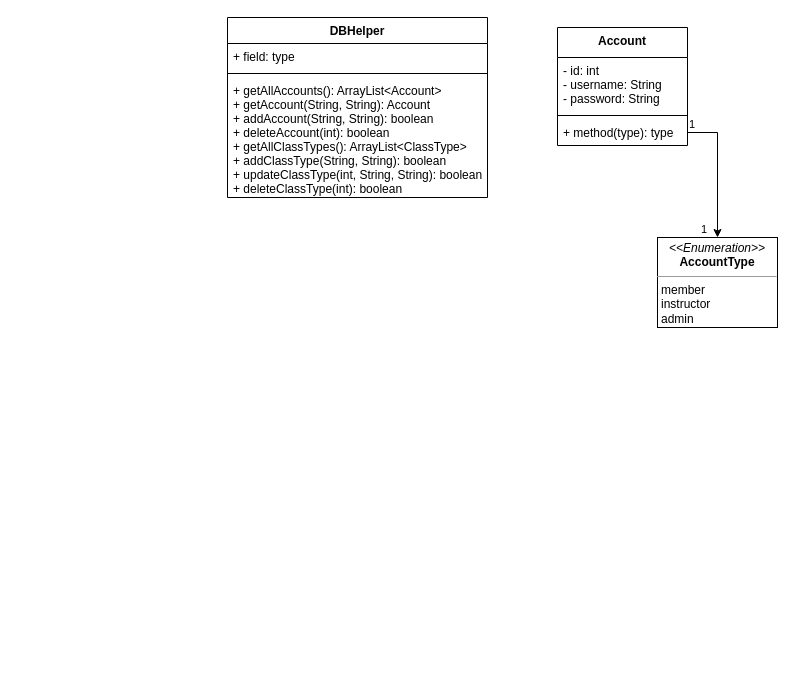
The draw.io diagram Documents/UML Class Diagram.drawio in AmyLDunn/Fitness_Center, before the edit. Source tidied: cells renumbered, new cells numbered last; positions are measured from the earlier drawing's top-left corner, leaving out a move shared by most shapes. Both pictures are drawn from the tidied source at 100%, with x=0, y=0 at pixel (227, 17).
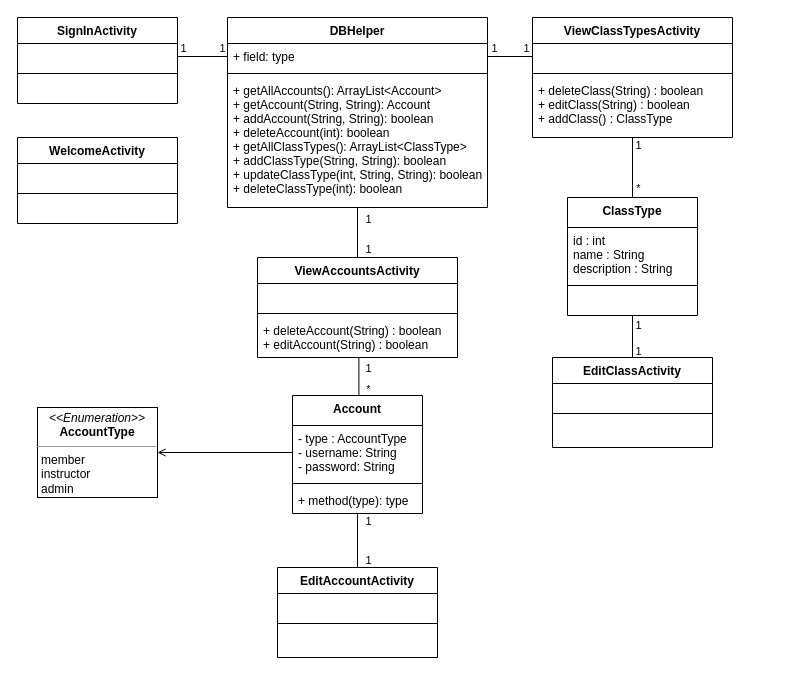
The same page after the edit.

Commit message:
Copied everything over from umple

Unchanged cells that the change refers to:
```xml
<mxCell id="3" value="+ field: type" style="text;strokeColor=none;fillColor=none;align=left;verticalAlign=top;spacingLeft=4;spacingRight=4;overflow=hidden;points=[[0,0.5],[1,0.5]];portConstraint=eastwest;" parent="2" vertex="1">
  <mxGeometry y="26" width="260" height="26" as="geometry" />
</mxCell>
<mxCell id="9" value="+ method(type): type" style="text;strokeColor=none;fillColor=none;align=left;verticalAlign=top;spacingLeft=4;spacingRight=4;overflow=hidden;points=[[0,0.5],[1,0.5]];portConstraint=eastwest;" parent="6" vertex="1">
  <mxGeometry y="92" width="130" height="26" as="geometry" />
</mxCell>
```

The edit, as a diff of the source:
```diff
@@
     <mxCell id="2" value="DBHelper" style="swimlane;fontStyle=1;align=center;verticalAlign=top;horizontal=1;startSize=26;" parent="1" vertex="1">
-      <mxGeometry width="260" height="180" as="geometry" />
+      <mxGeometry width="260" height="190" as="geometry" />
     </mxCell>
@@
     <mxCell id="5" value="+ getAllAccounts(): ArrayList&lt;Account&gt;&#10;+ getAccount(String, String): Account&#10;+ addAccount(String, String): boolean&#10;+ deleteAccount(int): boolean&#10;+ getAllClassTypes(): ArrayList&lt;ClassType&gt;&#10;+ addClassType(String, String): boolean&#10;+ updateClassType(int, String, String): boolean&#10;+ deleteClassType(int): boolean" style="text;strokeColor=none;fillColor=none;align=left;verticalAlign=top;spacingLeft=4;spacingRight=4;overflow=hidden;" parent="2" vertex="1">
-      <mxGeometry y="60" width="260" height="120" as="geometry" />
+      <mxGeometry y="60" width="260" height="130" as="geometry" />
     </mxCell>
+    <mxCell id="14" style="edgeStyle=orthogonalEdgeStyle;rounded=0;jettySize=auto;html=1;exitX=0.5;exitY=0;exitDx=0;exitDy=0;entryX=0.507;entryY=0.995;entryDx=0;entryDy=0;entryPerimeter=0;endArrow=none;endFill=0;" parent="1" edge="1" source="6" target="34">
+      <mxGeometry relative="1" as="geometry" />
+    </mxCell>
+    <mxCell id="15" value="1" style="edgeLabel;html=1;align=center;verticalAlign=middle;" parent="14" vertex="1">
+      <mxGeometry x="0.82" relative="1" as="geometry">
+        <mxPoint x="9" y="7" as="offset" />
+      </mxGeometry>
+    </mxCell>
+    <mxCell id="16" value="*" style="edgeLabel;html=1;align=center;verticalAlign=middle;" parent="14" vertex="1">
+      <mxGeometry x="-0.62" relative="1" as="geometry">
+        <mxPoint x="9" as="offset" />
+      </mxGeometry>
+    </mxCell>
+    <mxCell id="17" style="edgeStyle=orthogonalEdgeStyle;rounded=0;jettySize=auto;html=1;exitX=0.5;exitY=1;exitDx=0;exitDy=0;entryX=0.5;entryY=0;entryDx=0;entryDy=0;endArrow=none;endFill=0;" parent="1" edge="1" source="6" target="53">
+      <mxGeometry relative="1" as="geometry" />
+    </mxCell>
+    <mxCell id="18" value="1" style="edgeLabel;html=1;align=center;verticalAlign=middle;" parent="17" vertex="1">
+      <mxGeometry x="-0.75" y="-1" relative="1" as="geometry">
+        <mxPoint x="11" as="offset" />
+      </mxGeometry>
+    </mxCell>
+    <mxCell id="19" value="1" style="edgeLabel;html=1;align=center;verticalAlign=middle;" parent="17" vertex="1">
+      <mxGeometry x="0.72" relative="1" as="geometry">
+        <mxPoint x="10" as="offset" />
+      </mxGeometry>
+    </mxCell>
     <mxCell id="6" value="Account" style="swimlane;fontStyle=1;align=center;verticalAlign=top;horizontal=1;startSize=30;" parent="1" vertex="1">
-      <mxGeometry x="330" y="10" width="130" height="118" as="geometry" />
+      <mxGeometry x="65" y="378" width="130" height="118" as="geometry" />
     </mxCell>
-    <mxCell id="7" value="- id: int&#10;- username: String&#10;- password: String" style="text;strokeColor=none;fillColor=none;align=left;verticalAlign=top;spacingLeft=4;spacingRight=4;overflow=hidden;points=[[0,0.5],[1,0.5]];portConstraint=eastwest;" parent="6" vertex="1">
+    <mxCell id="7" value="- type : AccountType&#10;- username: String&#10;- password: String" style="text;strokeColor=none;fillColor=none;align=left;verticalAlign=top;spacingLeft=4;spacingRight=4;overflow=hidden;points=[[0,0.5],[1,0.5]];portConstraint=eastwest;" parent="6" vertex="1">
       <mxGeometry y="30" width="130" height="54" as="geometry" />
     </mxCell>
@@
     <mxCell id="10" value="&lt;p style=&quot;margin: 0px ; margin-top: 4px ; text-align: center&quot;&gt;&lt;i&gt;&amp;lt;&amp;lt;Enumeration&amp;gt;&amp;gt;&lt;/i&gt;&lt;br&gt;&lt;b&gt;AccountType&lt;/b&gt;&lt;/p&gt;&lt;hr size=&quot;1&quot;&gt;&lt;p style=&quot;margin: 0px ; margin-left: 4px&quot;&gt;member&lt;/p&gt;&lt;p style=&quot;margin: 0px ; margin-left: 4px&quot;&gt;instructor&lt;/p&gt;&lt;p style=&quot;margin: 0px ; margin-left: 4px&quot;&gt;admin&lt;/p&gt;" style="verticalAlign=top;align=left;overflow=fill;fontSize=12;fontFamily=Helvetica;html=1;" parent="1" vertex="1">
-      <mxGeometry x="430" y="220" width="120" height="90" as="geometry" />
+      <mxGeometry x="-190" y="390" width="120" height="90" as="geometry" />
     </mxCell>
-    <mxCell id="11" style="endArrow=classic;html=1;edgeStyle=orthogonalEdgeStyle;rounded=0;entryX=0.5;entryY=0;entryDx=0;entryDy=0;exitX=1;exitY=0.5;exitDx=0;exitDy=0;endFill=1;" parent="1" edge="1" source="9" target="10">
+    <mxCell id="11" style="endArrow=open;html=1;edgeStyle=orthogonalEdgeStyle;rounded=0;entryX=1;entryY=0.5;entryDx=0;entryDy=0;exitX=0;exitY=0.5;exitDx=0;exitDy=0;endFill=0;" parent="1" edge="1" source="7" target="10">
       <mxGeometry relative="1" as="geometry" />
     </mxCell>
-    <mxCell id="12" value="1" style="edgeLabel;html=1;align=left;verticalAlign=bottom;" parent="11" vertex="1">
-      <mxGeometry x="-1" relative="1" as="geometry" />
-    </mxCell>
-    <mxCell id="13" value="1" style="edgeLabel;html=1;align=right;verticalAlign=bottom;" parent="11" vertex="1">
-      <mxGeometry x="1" relative="1" as="geometry">
-        <mxPoint x="-10" as="offset" />
-      </mxGeometry>
-    </mxCell>
+    <mxCell id="20" value="SignInActivity" style="swimlane;fontStyle=1;align=center;verticalAlign=top;horizontal=1;startSize=26;" parent="1" vertex="1">
+      <mxGeometry x="-210" width="160" height="86" as="geometry" />
+    </mxCell>
+    <mxCell id="21" value=" " style="text;strokeColor=none;fillColor=none;align=left;verticalAlign=top;spacingLeft=4;spacingRight=4;overflow=hidden;points=[[0,0.5],[1,0.5]];portConstraint=eastwest;" parent="20" vertex="1">
+      <mxGeometry y="26" width="160" height="26" as="geometry" />
+    </mxCell>
+    <mxCell id="22" style="line;strokeWidth=1;fillColor=none;align=left;verticalAlign=middle;spacingTop=-1;spacingLeft=3;spacingRight=3;labelPosition=right;" parent="20" vertex="1">
+      <mxGeometry y="52" width="160" height="8" as="geometry" />
+    </mxCell>
+    <mxCell id="23" value=" " style="text;strokeColor=none;fillColor=none;align=left;verticalAlign=top;spacingLeft=4;spacingRight=4;overflow=hidden;" parent="20" vertex="1">
+      <mxGeometry y="60" width="160" height="26" as="geometry" />
+    </mxCell>
+    <mxCell id="24" value="WelcomeActivity" style="swimlane;fontStyle=1;align=center;verticalAlign=top;horizontal=1;startSize=26;" parent="1" vertex="1">
+      <mxGeometry x="-210" y="120" width="160" height="86" as="geometry" />
+    </mxCell>
+    <mxCell id="25" value=" " style="text;strokeColor=none;fillColor=none;align=left;verticalAlign=top;spacingLeft=4;spacingRight=4;overflow=hidden;" parent="24" vertex="1">
+      <mxGeometry y="26" width="160" height="26" as="geometry" />
+    </mxCell>
+    <mxCell id="26" style="line;strokeWidth=1;fillColor=none;align=left;verticalAlign=middle;spacingTop=-1;spacingLeft=3;spacingRight=3;labelPosition=right;" parent="24" vertex="1">
+      <mxGeometry y="52" width="160" height="8" as="geometry" />
+    </mxCell>
+    <mxCell id="27" value=" " style="text;strokeColor=none;fillColor=none;align=left;verticalAlign=top;spacingLeft=4;spacingRight=4;overflow=hidden;" parent="24" vertex="1">
+      <mxGeometry y="60" width="160" height="26" as="geometry" />
+    </mxCell>
+    <mxCell id="28" style="edgeStyle=orthogonalEdgeStyle;rounded=0;jettySize=auto;html=1;exitX=0.5;exitY=0;exitDx=0;exitDy=0;endArrow=none;endFill=0;" parent="1" edge="1" source="31">
+      <mxGeometry relative="1" as="geometry">
+        <mxPoint x="130" y="190" as="targetPoint" />
+      </mxGeometry>
+    </mxCell>
+    <mxCell id="29" value="1" style="edgeLabel;html=1;align=center;verticalAlign=middle;" parent="28" vertex="1">
+      <mxGeometry x="0.73" relative="1" as="geometry">
+        <mxPoint x="10" y="5" as="offset" />
+      </mxGeometry>
+    </mxCell>
+    <mxCell id="30" value="1" style="edgeLabel;html=1;align=center;verticalAlign=middle;" parent="28" vertex="1">
+      <mxGeometry x="-0.64" relative="1" as="geometry">
+        <mxPoint x="10" as="offset" />
+      </mxGeometry>
+    </mxCell>
+    <mxCell id="31" value="ViewAccountsActivity" style="swimlane;fontStyle=1;align=center;verticalAlign=top;horizontal=1;startSize=26;" parent="1" vertex="1">
+      <mxGeometry x="30" y="240" width="200" height="100" as="geometry" />
+    </mxCell>
+    <mxCell id="32" value=" " style="text;strokeColor=none;fillColor=none;align=left;verticalAlign=top;spacingLeft=4;spacingRight=4;overflow=hidden;" parent="31" vertex="1">
+      <mxGeometry y="26" width="200" height="26" as="geometry" />
+    </mxCell>
+    <mxCell id="33" style="line;strokeWidth=1;fillColor=none;align=left;verticalAlign=middle;spacingTop=-1;spacingLeft=3;spacingRight=3;labelPosition=right;" parent="31" vertex="1">
+      <mxGeometry y="52" width="200" height="8" as="geometry" />
+    </mxCell>
+    <mxCell id="34" value="+ deleteAccount(String) : boolean &#10;+ editAccount(String) : boolean " style="text;strokeColor=none;fillColor=none;align=left;verticalAlign=top;spacingLeft=4;spacingRight=4;overflow=hidden;points=[[0,0.5],[1,0.5]];portConstraint=eastwest;spacingTop=0;spacingBottom=0;spacing=2;" parent="31" vertex="1">
+      <mxGeometry y="60" width="200" height="40" as="geometry" />
+    </mxCell>
+    <mxCell id="35" value="ViewClassTypesActivity" style="swimlane;fontStyle=1;align=center;verticalAlign=top;horizontal=1;startSize=26;" parent="1" vertex="1">
+      <mxGeometry x="305" width="200" height="120" as="geometry" />
+    </mxCell>
+    <mxCell id="36" value=" " style="text;strokeColor=none;fillColor=none;align=left;verticalAlign=top;spacingLeft=4;spacingRight=4;overflow=hidden;points=[[0,0.5],[1,0.5]];portConstraint=eastwest;" parent="35" vertex="1">
+      <mxGeometry y="26" width="200" height="26" as="geometry" />
+    </mxCell>
+    <mxCell id="37" style="line;strokeWidth=1;fillColor=none;align=left;verticalAlign=middle;spacingTop=-1;spacingLeft=3;spacingRight=3;labelPosition=right;" parent="35" vertex="1">
+      <mxGeometry y="52" width="200" height="8" as="geometry" />
+    </mxCell>
+    <mxCell id="38" value="+ deleteClass(String) : boolean  &#10;+ editClass(String) : boolean  &#10;+ addClass() : ClassType " style="text;strokeColor=none;fillColor=none;align=left;verticalAlign=top;spacingLeft=4;spacingRight=4;overflow=hidden;points=[[0,0.5],[1,0.5]];portConstraint=eastwest;spacingTop=0;spacingBottom=0;spacing=2;" parent="35" vertex="1">
+      <mxGeometry y="60" width="200" height="60" as="geometry" />
+    </mxCell>
+    <mxCell id="39" style="edgeStyle=orthogonalEdgeStyle;rounded=0;jettySize=auto;html=1;exitX=0.5;exitY=0;exitDx=0;exitDy=0;entryX=0.5;entryY=1.004;entryDx=0;entryDy=0;entryPerimeter=0;endArrow=none;endFill=0;" parent="1" edge="1" source="42" target="38">
+      <mxGeometry relative="1" as="geometry" />
+    </mxCell>
+    <mxCell id="40" value="1" style="edgeLabel;html=1;align=center;verticalAlign=middle;" parent="39" vertex="1">
+      <mxGeometry x="0.78" relative="1" as="geometry">
+        <mxPoint x="5" as="offset" />
+      </mxGeometry>
+    </mxCell>
+    <mxCell id="41" value="*" style="edgeLabel;html=1;align=center;verticalAlign=middle;" parent="39" vertex="1">
+      <mxGeometry x="-0.73" relative="1" as="geometry">
+        <mxPoint x="5" y="-2" as="offset" />
+      </mxGeometry>
+    </mxCell>
+    <mxCell id="42" value="ClassType" style="swimlane;fontStyle=1;align=center;verticalAlign=top;horizontal=1;startSize=30;" parent="1" vertex="1">
+      <mxGeometry x="340" y="180" width="130" height="118" as="geometry" />
+    </mxCell>
+    <mxCell id="43" value="id : int&#10;name : String&#10;description : String" style="text;strokeColor=none;fillColor=none;align=left;verticalAlign=top;spacingLeft=4;spacingRight=4;overflow=hidden;" parent="42" vertex="1">
+      <mxGeometry y="30" width="130" height="54" as="geometry" />
+    </mxCell>
+    <mxCell id="44" style="line;strokeWidth=1;fillColor=none;align=left;verticalAlign=middle;spacingTop=-1;spacingLeft=3;spacingRight=3;labelPosition=right;" parent="42" vertex="1">
+      <mxGeometry y="84" width="130" height="8" as="geometry" />
+    </mxCell>
+    <mxCell id="45" value=" " style="text;strokeColor=none;fillColor=none;align=left;verticalAlign=top;spacingLeft=4;spacingRight=4;overflow=hidden;" parent="42" vertex="1">
+      <mxGeometry y="92" width="130" height="26" as="geometry" />
+    </mxCell>
+    <mxCell id="46" style="edgeStyle=orthogonalEdgeStyle;rounded=0;jettySize=auto;html=1;exitX=0.5;exitY=0;exitDx=0;exitDy=0;entryX=0.5;entryY=1;entryDx=0;entryDy=0;endArrow=none;endFill=0;" parent="1" edge="1" source="49" target="42">
+      <mxGeometry relative="1" as="geometry" />
+    </mxCell>
+    <mxCell id="47" value="1" style="edgeLabel;html=1;align=center;verticalAlign=middle;" parent="46" vertex="1">
+      <mxGeometry x="0.78" relative="1" as="geometry">
+        <mxPoint x="5" y="4" as="offset" />
+      </mxGeometry>
+    </mxCell>
+    <mxCell id="48" value="1" style="edgeLabel;html=1;align=center;verticalAlign=middle;" parent="46" vertex="1">
+      <mxGeometry x="-0.81" relative="1" as="geometry">
+        <mxPoint x="5" y="-3" as="offset" />
+      </mxGeometry>
+    </mxCell>
+    <mxCell id="49" value="EditClassActivity" style="swimlane;fontStyle=1;align=center;verticalAlign=top;horizontal=1;startSize=26;" parent="1" vertex="1">
+      <mxGeometry x="325" y="340" width="160" height="90" as="geometry" />
+    </mxCell>
+    <mxCell id="50" value=" " style="text;strokeColor=none;fillColor=none;align=left;verticalAlign=top;spacingLeft=4;spacingRight=4;overflow=hidden;" parent="49" vertex="1">
+      <mxGeometry y="26" width="160" height="26" as="geometry" />
+    </mxCell>
+    <mxCell id="51" style="line;strokeWidth=1;fillColor=none;align=left;verticalAlign=middle;spacingTop=-1;spacingLeft=3;spacingRight=3;labelPosition=right;" parent="49" vertex="1">
+      <mxGeometry y="52" width="160" height="8" as="geometry" />
+    </mxCell>
+    <mxCell id="52" value=" " style="text;strokeColor=none;fillColor=none;align=left;verticalAlign=top;spacingLeft=4;spacingRight=4;overflow=hidden;spacingTop=0;spacingBottom=0;spacing=2;" parent="49" vertex="1">
+      <mxGeometry y="60" width="160" height="30" as="geometry" />
+    </mxCell>
+    <mxCell id="53" value="EditAccountActivity" style="swimlane;fontStyle=1;align=center;verticalAlign=top;horizontal=1;startSize=26;" parent="1" vertex="1">
+      <mxGeometry x="50" y="550" width="160" height="90" as="geometry" />
+    </mxCell>
+    <mxCell id="54" value=" " style="text;strokeColor=none;fillColor=none;align=left;verticalAlign=top;spacingLeft=4;spacingRight=4;overflow=hidden;" parent="53" vertex="1">
+      <mxGeometry y="26" width="160" height="26" as="geometry" />
+    </mxCell>
+    <mxCell id="55" style="line;strokeWidth=1;fillColor=none;align=left;verticalAlign=middle;spacingTop=-1;spacingLeft=3;spacingRight=3;labelPosition=right;" parent="53" vertex="1">
+      <mxGeometry y="52" width="160" height="8" as="geometry" />
+    </mxCell>
+    <mxCell id="56" value=" " style="text;strokeColor=none;fillColor=none;align=left;verticalAlign=top;spacingLeft=4;spacingRight=4;overflow=hidden;spacingTop=0;spacingBottom=0;spacing=2;" parent="53" vertex="1">
+      <mxGeometry y="60" width="160" height="30" as="geometry" />
+    </mxCell>
+    <mxCell id="57" style="edgeStyle=orthogonalEdgeStyle;rounded=0;jettySize=auto;html=1;entryX=1;entryY=0.5;entryDx=0;entryDy=0;endArrow=none;endFill=0;exitX=0;exitY=0.5;exitDx=0;exitDy=0;" parent="1" edge="1" source="3" target="21">
+      <mxGeometry relative="1" as="geometry" />
+    </mxCell>
+    <mxCell id="58" value="1" style="edgeLabel;html=1;align=center;verticalAlign=middle;" parent="57" vertex="1">
+      <mxGeometry x="0.81" relative="1" as="geometry">
+        <mxPoint y="-9" as="offset" />
+      </mxGeometry>
+    </mxCell>
+    <mxCell id="59" value="1" style="edgeLabel;html=1;align=center;verticalAlign=middle;" parent="57" vertex="1">
+      <mxGeometry x="-0.77" y="-1" relative="1" as="geometry">
+        <mxPoint y="-8" as="offset" />
+      </mxGeometry>
+    </mxCell>
+    <mxCell id="60" style="edgeStyle=orthogonalEdgeStyle;rounded=0;jettySize=auto;html=1;exitX=1;exitY=0.5;exitDx=0;exitDy=0;entryX=0;entryY=0.5;entryDx=0;entryDy=0;endArrow=none;endFill=0;" parent="1" edge="1" source="3" target="36">
+      <mxGeometry relative="1" as="geometry" />
+    </mxCell>
+    <mxCell id="61" value="1" style="edgeLabel;html=1;align=center;verticalAlign=middle;" parent="60" vertex="1">
+      <mxGeometry x="-0.74" relative="1" as="geometry">
+        <mxPoint y="-9" as="offset" />
+      </mxGeometry>
+    </mxCell>
+    <mxCell id="62" value="1" style="edgeLabel;html=1;align=center;verticalAlign=middle;" parent="60" vertex="1">
+      <mxGeometry x="0.7" relative="1" as="geometry">
+        <mxPoint y="-9" as="offset" />
+      </mxGeometry>
+    </mxCell>
```
